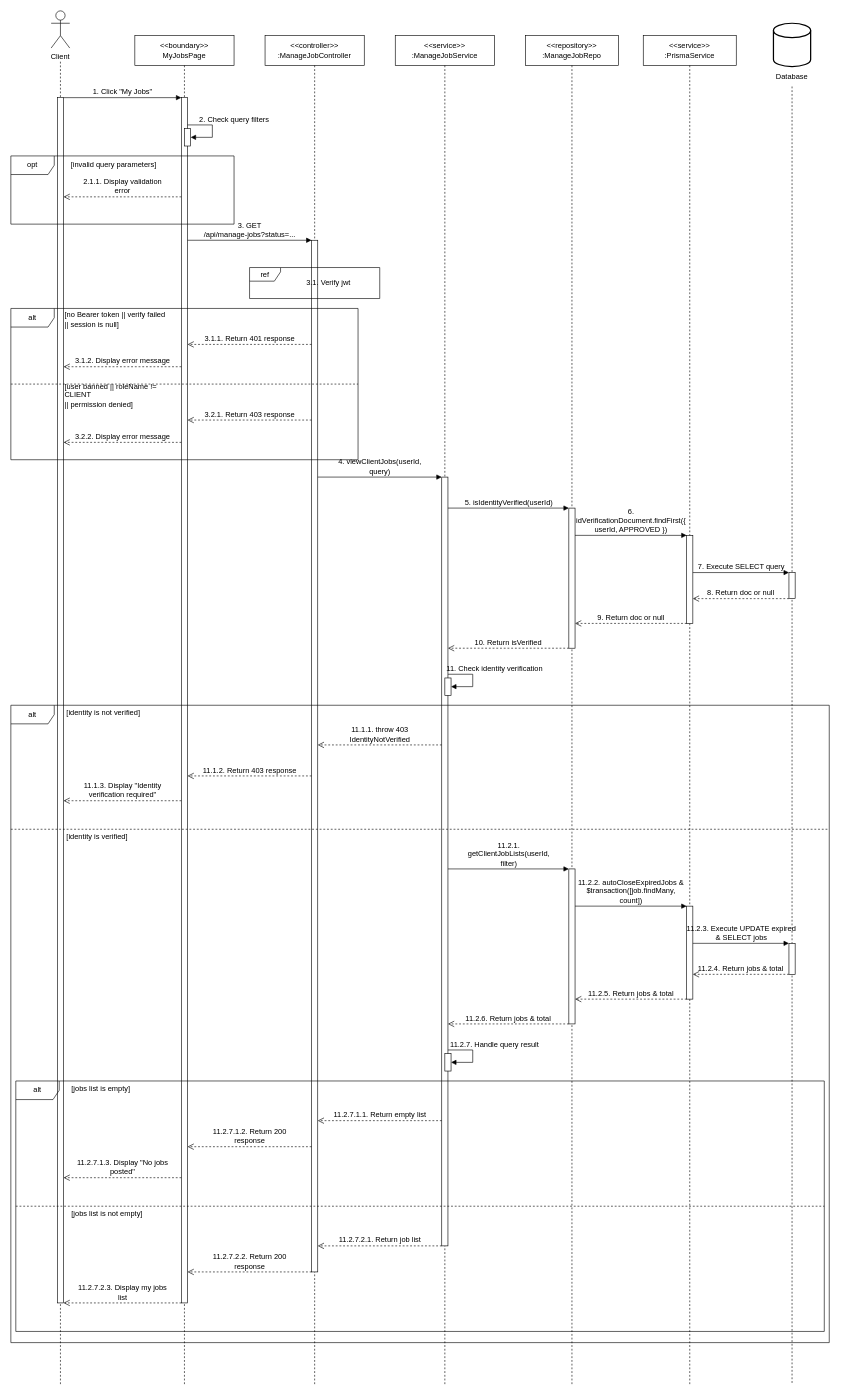
This is sequence-diagrams-remake/ptai/UC-11.01_-_View_My_Jobs.drawio from Thunggg/Frevia, a draw.io file, before an edit. Source tidied: cells renumbered, new cells numbered last; positions are measured from the earlier drawing's top-left corner, leaving out a move shared by most shapes. Both pictures are drawn from the tidied source at 62%, with x=0, y=0 at pixel (11, 11).
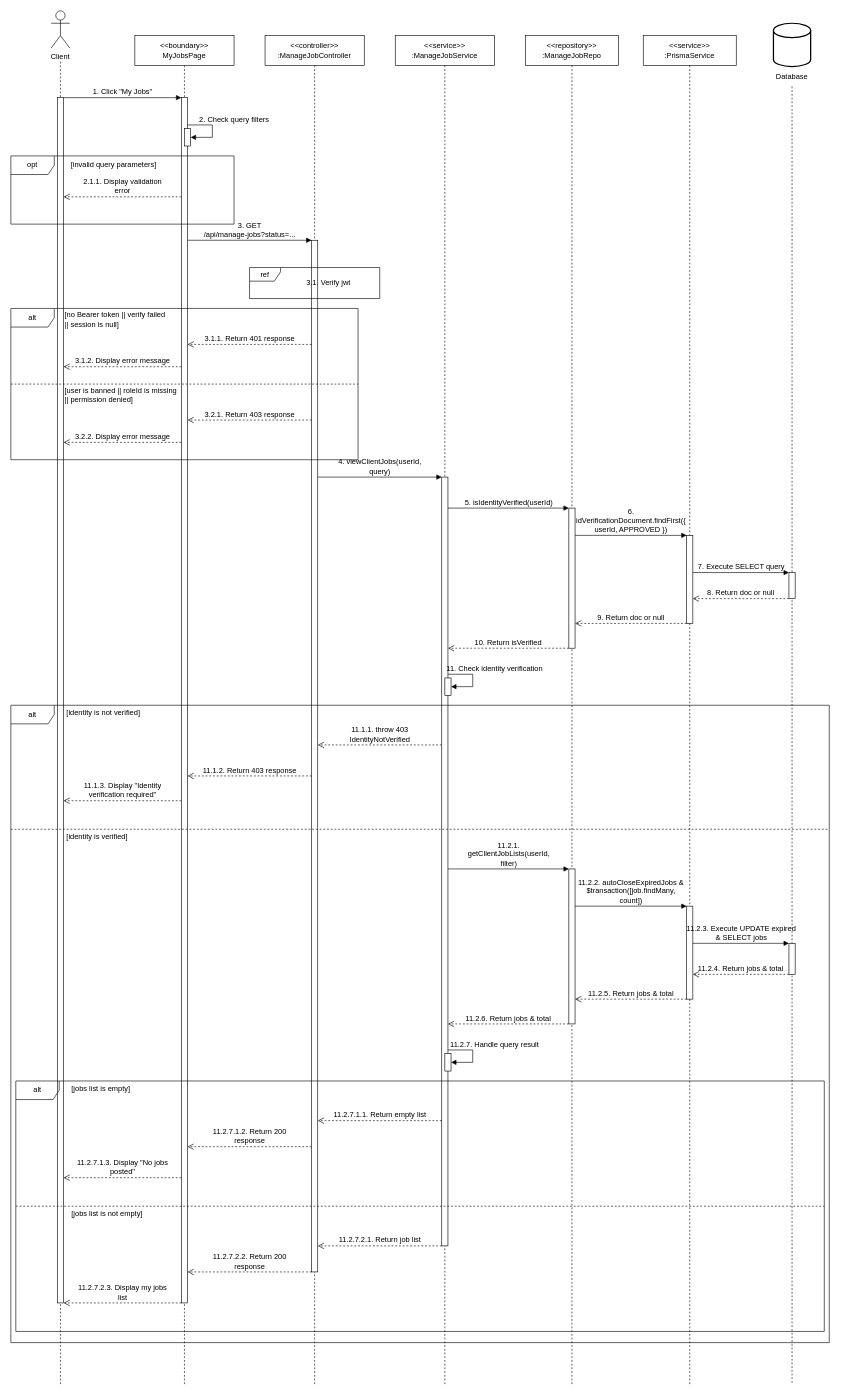
The same diagram, later.

What changed in the source:
```diff
@@
-    <mxCell id="29" value="[user banned || roleName != CLIENT&lt;br&gt;|| permission denied]" style="text;html=1;align=left;verticalAlign=middle;whiteSpace=wrap;rounded=0;fontSize=12;labelBackgroundColor=none;" parent="1" vertex="1">
+    <mxCell id="29" value="[user is banned || roleId is missing&lt;br&gt;|| permission denied]" style="text;html=1;align=left;verticalAlign=middle;whiteSpace=wrap;rounded=0;fontSize=12;labelBackgroundColor=none;" parent="1" vertex="1">
       <mxGeometry x="85" y="604" width="195" height="32" as="geometry" />
     </mxCell>
```
